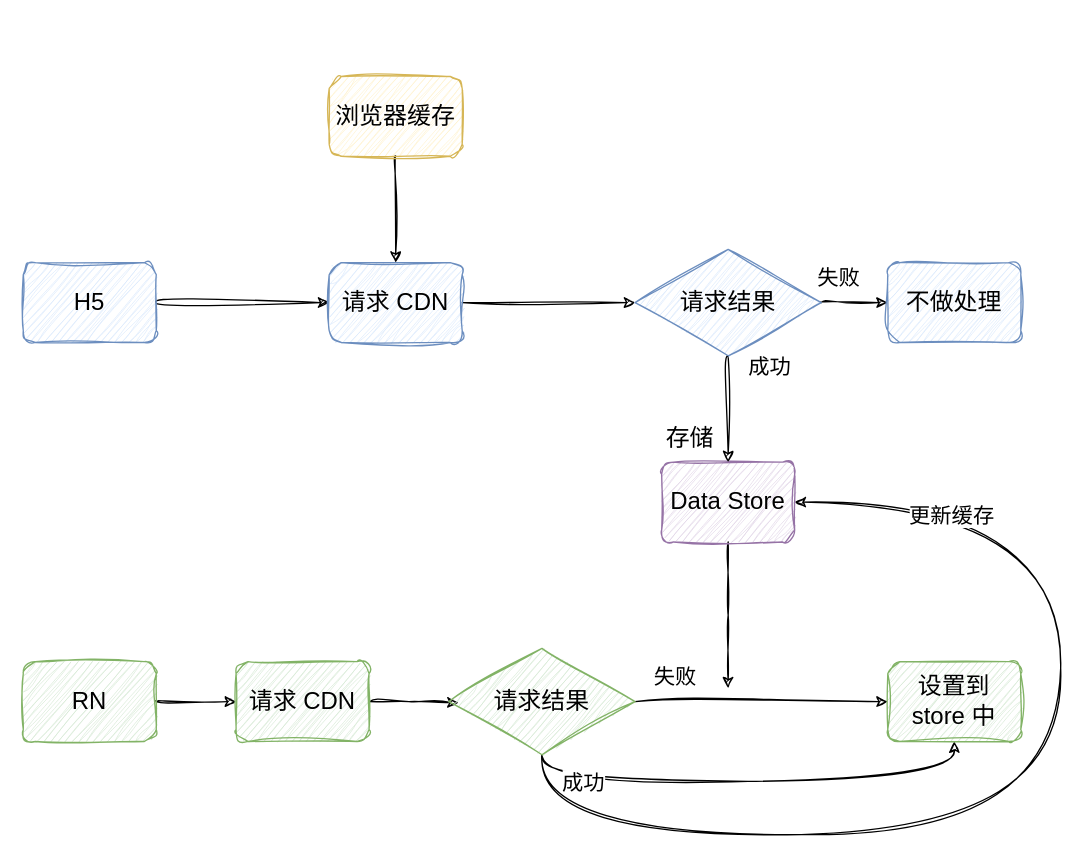
Before: page "第 11 页" (11 of 12) of CDN优化.drawio in Darkindom/draw-the-diagrams, a draw.io diagram. Source tidied: cells renumbered, new cells numbered last; positions are measured from the earlier drawing's top-left corner, leaving out a move shared by most shapes. Both pictures are drawn from the tidied source at 133%, with x=0, y=0 at pixel (23, 76).
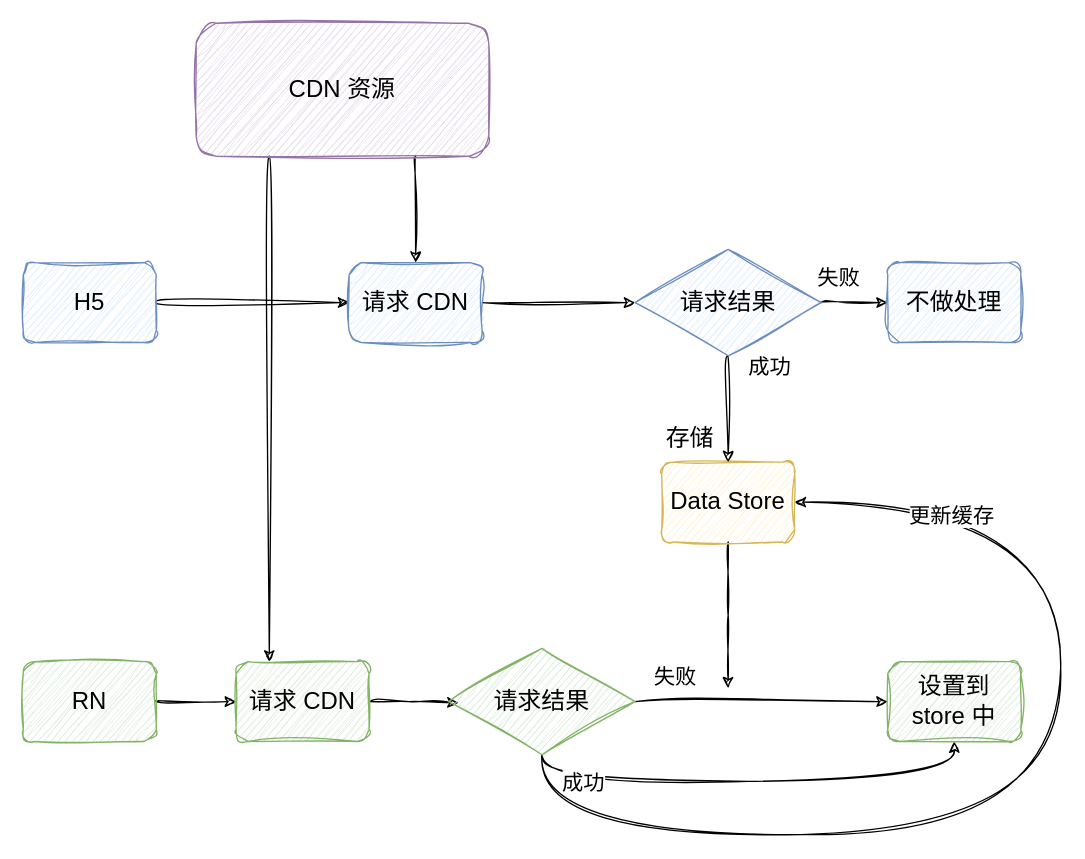
The same diagram, later.

Unchanged cells that the change refers to:
```xml
<mxCell id="19" value="请求 CDN" style="rounded=1;whiteSpace=wrap;html=1;sketch=1;hachureGap=4;jiggle=2;curveFitting=1;fontFamily=手札体-简;fontSize=18;fillColor=#d5e8d4;strokeColor=#82b366;" parent="1" vertex="1">
  <mxGeometry x="160" y="440" width="100" height="60" as="geometry" />
</mxCell>
```

What changed in the source:
```diff
@@
-    <mxCell id="5" value="Data Store" style="rounded=1;whiteSpace=wrap;html=1;sketch=1;hachureGap=4;jiggle=2;curveFitting=1;fontFamily=手札体-简;fontSize=18;fillColor=#e1d5e7;strokeColor=#9673a6;" parent="1" vertex="1">
+    <mxCell id="5" value="Data Store" style="rounded=1;whiteSpace=wrap;html=1;sketch=1;hachureGap=4;jiggle=2;curveFitting=1;fontFamily=手札体-简;fontSize=18;fillColor=#fff2cc;strokeColor=#d6b656;" parent="1" vertex="1">
       <mxGeometry x="480" y="290" width="100" height="60" as="geometry" />
     </mxCell>
@@
     <mxCell id="12" value="请求 CDN" style="rounded=1;whiteSpace=wrap;html=1;sketch=1;hachureGap=4;jiggle=2;curveFitting=1;fontFamily=手札体-简;fontSize=18;fillColor=#dae8fc;strokeColor=#6c8ebf;" parent="1" vertex="1">
-      <mxGeometry x="230" y="140" width="100" height="60" as="geometry" />
+      <mxGeometry x="245" y="140" width="100" height="60" as="geometry" />
     </mxCell>
+    <mxCell id="29" style="edgeStyle=orthogonalEdgeStyle;shape=connector;curved=1;rounded=0;sketch=1;hachureGap=4;jiggle=2;curveFitting=1;jettySize=auto;html=1;exitX=0.25;exitY=1;exitDx=0;exitDy=0;entryX=0.25;entryY=0;entryDx=0;entryDy=0;labelBackgroundColor=default;strokeColor=default;fontFamily=Architects Daughter;fontSize=16;fontColor=default;endArrow=classic;" parent="1" edge="1" source="14" target="19">
+      <mxGeometry relative="1" as="geometry" />
+    </mxCell>
-    <mxCell id="13" style="edgeStyle=orthogonalEdgeStyle;shape=connector;curved=1;rounded=0;sketch=1;hachureGap=4;jiggle=2;curveFitting=1;jettySize=auto;html=1;exitX=0.5;exitY=1;exitDx=0;exitDy=0;labelBackgroundColor=default;strokeColor=default;fontFamily=手札体-简;fontSize=18;fontColor=default;endArrow=classic;" parent="1" edge="1" source="14" target="12">
+    <mxCell id="13" style="edgeStyle=orthogonalEdgeStyle;shape=connector;curved=1;rounded=0;sketch=1;hachureGap=4;jiggle=2;curveFitting=1;jettySize=auto;html=1;exitX=0.75;exitY=1;exitDx=0;exitDy=0;entryX=0.5;entryY=0;entryDx=0;entryDy=0;labelBackgroundColor=default;strokeColor=default;fontFamily=Architects Daughter;fontSize=16;fontColor=default;endArrow=classic;" parent="1" edge="1" source="14" target="12">
       <mxGeometry relative="1" as="geometry" />
     </mxCell>
-    <mxCell id="14" value="浏览器缓存" style="rounded=1;whiteSpace=wrap;html=1;sketch=1;hachureGap=4;jiggle=2;curveFitting=1;fontFamily=手札体-简;fontSize=18;fillColor=#fff2cc;strokeColor=#d6b656;" parent="1" vertex="1">
-      <mxGeometry x="230" width="100" height="60" as="geometry" />
+    <mxCell id="14" value="CDN 资源" style="rounded=1;whiteSpace=wrap;html=1;sketch=1;hachureGap=4;jiggle=2;curveFitting=1;fontFamily=手札体-简;fontSize=18;fillColor=#e1d5e7;strokeColor=#9673a6;" parent="1" vertex="1">
+      <mxGeometry x="130" y="-40" width="220" height="100" as="geometry" />
     </mxCell>
```
